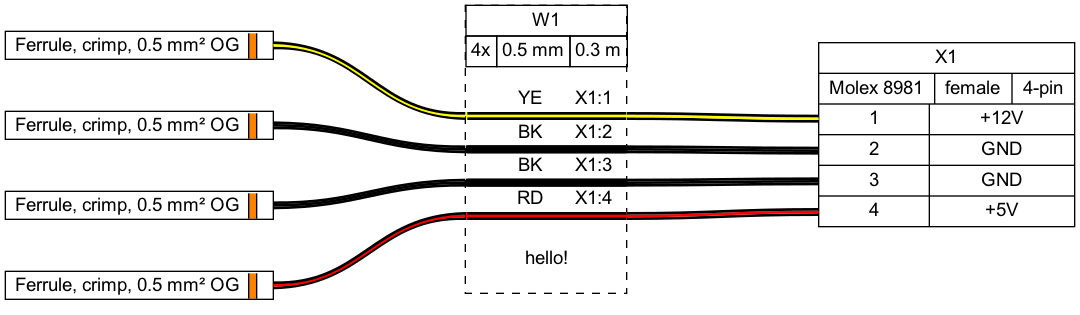
Above: tutorial/tutorial06.png in wireviz/WireViz (Graphviz), before the change. Its source is kept beside it as tutorial/tutorial06.gv. Source of this version:
```dot
graph {
	graph [bgcolor=white fontname=arial nodesep=0.33 rankdir=LR ranksep=2]
	node [fillcolor=white fontname=arial shape=record style=filled]
	edge [fontname=arial style=bold]
	X1 [label="X1|{Molex 8981|female|4-pin}|{{<p1l>1|<p2l>2|<p3l>3|<p4l>4}|{+12V|GND|GND|+5V}}"]
	_F1 [label=<

                <TABLE BORDER="1" CELLBORDER="0" CELLSPACING="0" CELLPADDING="2"><TR>
                <TD PORT="p1l"> Ferrule, crimp, 0.5 mm² OG </TD>
                <TD BGCOLOR="#FF8000" BORDER="1" SIDES="LR" WIDTH="4"></TD>
                <TD PORT="p1r">  </TD>
                </TR></TABLE>


                > margin=0 orientation=180 shape=none style=filled]
	_F2 [label=<

                <TABLE BORDER="1" CELLBORDER="0" CELLSPACING="0" CELLPADDING="2"><TR>
                <TD PORT="p1l"> Ferrule, crimp, 0.5 mm² OG </TD>
                <TD BGCOLOR="#FF8000" BORDER="1" SIDES="LR" WIDTH="4"></TD>
                <TD PORT="p1r">  </TD>
                </TR></TABLE>


                > margin=0 orientation=180 shape=none style=filled]
	_F3 [label=<

                <TABLE BORDER="1" CELLBORDER="0" CELLSPACING="0" CELLPADDING="2"><TR>
                <TD PORT="p1l"> Ferrule, crimp, 0.5 mm² OG </TD>
                <TD BGCOLOR="#FF8000" BORDER="1" SIDES="LR" WIDTH="4"></TD>
                <TD PORT="p1r">  </TD>
                </TR></TABLE>


                > margin=0 orientation=180 shape=none style=filled]
	_F4 [label=<

                <TABLE BORDER="1" CELLBORDER="0" CELLSPACING="0" CELLPADDING="2"><TR>
                <TD PORT="p1l"> Ferrule, crimp, 0.5 mm² OG </TD>
                <TD BGCOLOR="#FF8000" BORDER="1" SIDES="LR" WIDTH="4"></TD>
                <TD PORT="p1r">  </TD>
                </TR></TABLE>


                > margin=0 orientation=180 shape=none style=filled]
	edge [color="#000000:#ffff00:#000000"]
	_F1:e -- W1:w1:w
	edge [color="#000000:#000000:#000000"]
	_F2:e -- W1:w2:w
	edge [color="#000000:#000000:#000000"]
	_F3:e -- W1:w3:w
	edge [color="#000000:#ff0000:#000000"]
	_F4:e -- W1:w4:w
	edge [color="#000000:#ffff00:#000000"]
	W1:w1:e -- X1:p1l:w
	edge [color="#000000:#000000:#000000"]
	W1:w2:e -- X1:p2l:w
	edge [color="#000000:#000000:#000000"]
	W1:w3:e -- X1:p3l:w
	edge [color="#000000:#ff0000:#000000"]
	W1:w4:e -- X1:p4l:w
	W1 [label=<<table border="0" cellspacing="0" cellpadding="0"><tr><td><table border="0" cellspacing="0" cellpadding="3" cellborder="1"><tr><td colspan="3">W1</td></tr><tr><td>4x</td><td>0.5 mm</td><td>0.3 m</td></tr></table></td></tr><tr><td>&nbsp;</td></tr><tr><td><table border="0" cellspacing="0" cellborder="0"><tr><td></td><td>YE</td><td>X1:1</td></tr><tr><td colspan="3" cellpadding="0" height="6" bgcolor="#ffff00" border="2" sides="tb" port="w1"></td></tr><tr><td></td><td>BK</td><td>X1:2</td></tr><tr><td colspan="3" cellpadding="0" height="6" bgcolor="#000000" border="2" sides="tb" port="w2"></td></tr><tr><td></td><td>BK</td><td>X1:3</td></tr><tr><td colspan="3" cellpadding="0" height="6" bgcolor="#000000" border="2" sides="tb" port="w3"></td></tr><tr><td></td><td>RD</td><td>X1:4</td></tr><tr><td colspan="3" cellpadding="0" height="6" bgcolor="#ff0000" border="2" sides="tb" port="w4"></td></tr><tr><td>&nbsp;</td></tr></table></td></tr><tr><td cellpadding="3">hello!</td></tr><tr><td>&nbsp;</td></tr></table>> fillcolor=white margin=0 shape=box style="filled,dashed"]
}
```
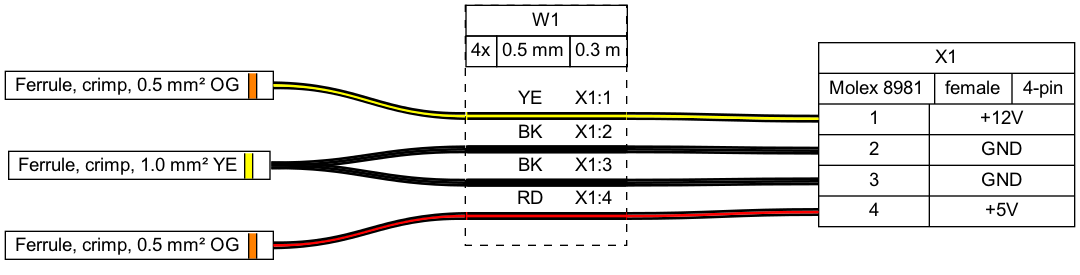
The same diagram one commit later.

What changed in the source:
```diff
@@ -3,6 +3,16 @@
 	node [fillcolor=white fontname=arial shape=record style=filled]
 	edge [fontname=arial style=bold]
 	X1 [label="X1|{Molex 8981|female|4-pin}|{{<p1l>1|<p2l>2|<p3l>3|<p4l>4}|{+12V|GND|GND|+5V}}"]
+	F_10_1 [label=<
+
+                <TABLE BORDER="1" CELLBORDER="0" CELLSPACING="0" CELLPADDING="2"><TR>
+                <TD PORT="p1l"> Ferrule, crimp, 1.0 mm² YE </TD>
+                <TD BGCOLOR="#FFFF00" BORDER="1" SIDES="LR" WIDTH="4"></TD>
+                <TD PORT="p1r">  </TD>
+                </TR></TABLE>
+
+
+                > margin=0 orientation=180 shape=none style=filled]
 	_F1 [label=<
 
                 <TABLE BORDER="1" CELLBORDER="0" CELLSPACING="0" CELLPADDING="2"><TR>
@@ -23,34 +33,10 @@
 
 
                 > margin=0 orientation=180 shape=none style=filled]
-	_F3 [label=<
-
-                <TABLE BORDER="1" CELLBORDER="0" CELLSPACING="0" CELLPADDING="2"><TR>
-                <TD PORT="p1l"> Ferrule, crimp, 0.5 mm² OG </TD>
-                <TD BGCOLOR="#FF8000" BORDER="1" SIDES="LR" WIDTH="4"></TD>
-                <TD PORT="p1r">  </TD>
-                </TR></TABLE>
-
-
-                > margin=0 orientation=180 shape=none style=filled]
-	_F4 [label=<
-
-                <TABLE BORDER="1" CELLBORDER="0" CELLSPACING="0" CELLPADDING="2"><TR>
-                <TD PORT="p1l"> Ferrule, crimp, 0.5 mm² OG </TD>
-                <TD BGCOLOR="#FF8000" BORDER="1" SIDES="LR" WIDTH="4"></TD>
-                <TD PORT="p1r">  </TD>
-                </TR></TABLE>
-
-
-                > margin=0 orientation=180 shape=none style=filled]
 	edge [color="#000000:#ffff00:#000000"]
 	_F1:e -- W1:w1:w
-	edge [color="#000000:#000000:#000000"]
-	_F2:e -- W1:w2:w
-	edge [color="#000000:#000000:#000000"]
-	_F3:e -- W1:w3:w
 	edge [color="#000000:#ff0000:#000000"]
-	_F4:e -- W1:w4:w
+	_F2:e -- W1:w4:w
 	edge [color="#000000:#ffff00:#000000"]
 	W1:w1:e -- X1:p1l:w
 	edge [color="#000000:#000000:#000000"]
@@ -59,5 +45,9 @@
 	W1:w3:e -- X1:p3l:w
 	edge [color="#000000:#ff0000:#000000"]
 	W1:w4:e -- X1:p4l:w
-	W1 [label=<<table border="0" cellspacing="0" cellpadding="0"><tr><td><table border="0" cellspacing="0" cellpadding="3" cellborder="1"><tr><td colspan="3">W1</td></tr><tr><td>4x</td><td>0.5 mm</td><td>0.3 m</td></tr></table></td></tr><tr><td>&nbsp;</td></tr><tr><td><table border="0" cellspacing="0" cellborder="0"><tr><td></td><td>YE</td><td>X1:1</td></tr><tr><td colspan="3" cellpadding="0" height="6" bgcolor="#ffff00" border="2" sides="tb" port="w1"></td></tr><tr><td></td><td>BK</td><td>X1:2</td></tr><tr><td colspan="3" cellpadding="0" height="6" bgcolor="#000000" border="2" sides="tb" port="w2"></td></tr><tr><td></td><td>BK</td><td>X1:3</td></tr><tr><td colspan="3" cellpadding="0" height="6" bgcolor="#000000" border="2" sides="tb" port="w3"></td></tr><tr><td></td><td>RD</td><td>X1:4</td></tr><tr><td colspan="3" cellpadding="0" height="6" bgcolor="#ff0000" border="2" sides="tb" port="w4"></td></tr><tr><td>&nbsp;</td></tr></table></td></tr><tr><td cellpadding="3">hello!</td></tr><tr><td>&nbsp;</td></tr></table>> fillcolor=white margin=0 shape=box style="filled,dashed"]
+	edge [color="#000000:#000000:#000000"]
+	F_10_1:e -- W1:w2:w
+	edge [color="#000000:#000000:#000000"]
+	F_10_1:e -- W1:w3:w
+	W1 [label=<<table border="0" cellspacing="0" cellpadding="0"><tr><td><table border="0" cellspacing="0" cellpadding="3" cellborder="1"><tr><td colspan="3">W1</td></tr><tr><td>4x</td><td>0.5 mm</td><td>0.3 m</td></tr></table></td></tr><tr><td>&nbsp;</td></tr><tr><td><table border="0" cellspacing="0" cellborder="0"><tr><td></td><td>YE</td><td>X1:1</td></tr><tr><td colspan="3" cellpadding="0" height="6" bgcolor="#ffff00" border="2" sides="tb" port="w1"></td></tr><tr><td></td><td>BK</td><td>X1:2</td></tr><tr><td colspan="3" cellpadding="0" height="6" bgcolor="#000000" border="2" sides="tb" port="w2"></td></tr><tr><td></td><td>BK</td><td>X1:3</td></tr><tr><td colspan="3" cellpadding="0" height="6" bgcolor="#000000" border="2" sides="tb" port="w3"></td></tr><tr><td></td><td>RD</td><td>X1:4</td></tr><tr><td colspan="3" cellpadding="0" height="6" bgcolor="#ff0000" border="2" sides="tb" port="w4"></td></tr><tr><td>&nbsp;</td></tr></table></td></tr></table>> fillcolor=white margin=0 shape=box style="filled,dashed"]
 }
```
